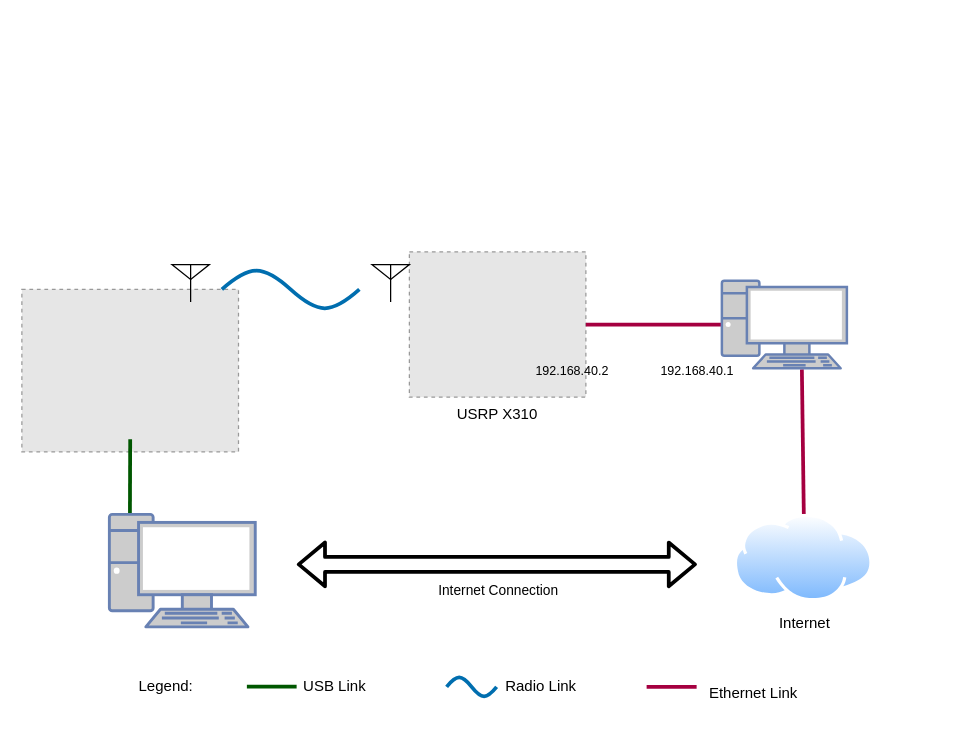
tuannv-github/blog keeps this draw.io diagram as ewm/source/03_com/cellular_network/oai/drawio/topo_physical.drawio. Above is the earlier version. Source tidied: cells renumbered, new cells numbered last; positions are measured from the earlier drawing's top-left corner, leaving out a move shared by most shapes. Both pictures are drawn from the tidied source at 125%, with x=0, y=0 at pixel (21, 251). Pictures stored in the file or linked from it are replaced by grey dashed boxes.
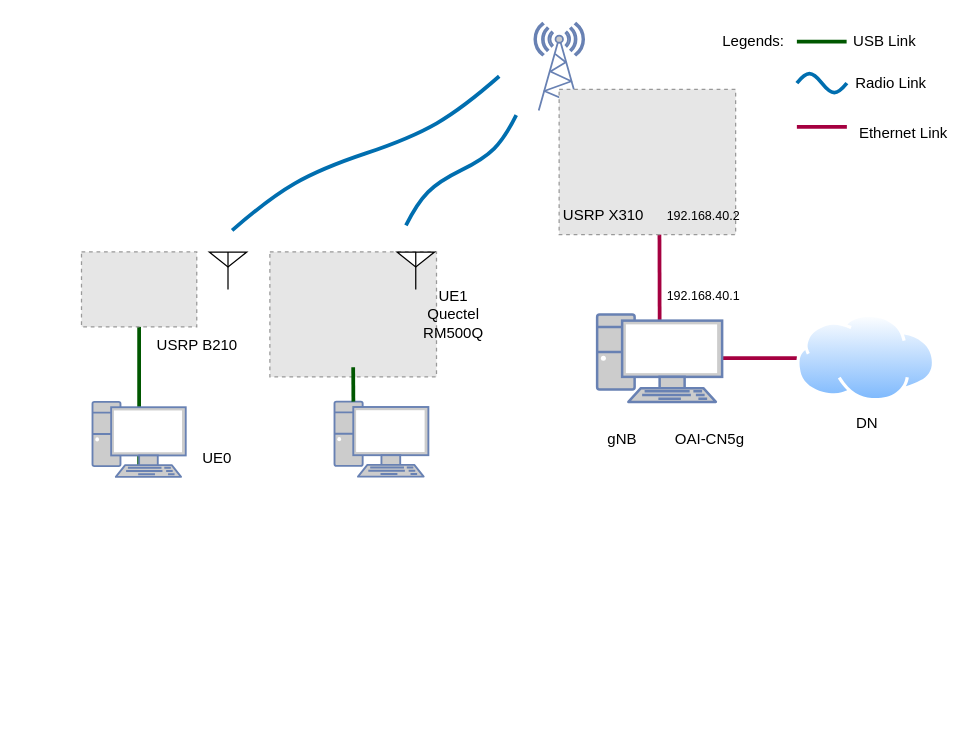
The same page after the edit.

The edit, as a diff of the source:
```diff
@@
-    <mxCell id="2" style="fillColor=#E6E6E6;strokeColor=#999999;dashed=1;verticalLabelPosition=bottom;verticalAlign=top;" parent="1" vertex="1">
-      <mxGeometry y="30" width="173.3" height="130" as="geometry" />
-    </mxCell>
-    <mxCell id="3" value="Legend:" style="text;html=1;align=center;verticalAlign=middle;strokeColor=none;fillColor=none;" parent="1" vertex="1">
-      <mxGeometry x="80" y="333" width="70" height="30" as="geometry" />
+    <mxCell id="3" value="Legends:" style="text;html=1;align=center;verticalAlign=middle;strokeColor=none;fillColor=none;" parent="1" vertex="1">
+      <mxGeometry x="550" y="-183.1" width="70" height="30" as="geometry" />
     </mxCell>
     <mxCell id="4" style="group;" parent="1" vertex="1">
-      <mxGeometry x="339.8" y="333" width="115" height="30" as="geometry" />
+      <mxGeometry x="620" y="-150" width="115" height="30" as="geometry" />
     </mxCell>
@@
     <mxCell id="7" style="group;" parent="1" vertex="1">
-      <mxGeometry x="180" y="333" width="104.8" height="30" as="geometry" />
+      <mxGeometry x="620" y="-183.1" width="104.8" height="30" as="geometry" />
     </mxCell>
@@
     <mxCell id="10" style="group;" parent="1" vertex="1">
-      <mxGeometry x="499.8" y="338" width="130" height="30" as="geometry" />
+      <mxGeometry x="620" y="-110" width="130" height="30" as="geometry" />
     </mxCell>
@@
-    <mxCell id="13" value="USRP X310" style="fillColor=#E6E6E6;strokeColor=#999999;dashed=1;verticalLabelPosition=bottom;verticalAlign=top;" parent="1" vertex="1">
-      <mxGeometry x="310" width="141.2" height="116.2" as="geometry" />
-    </mxCell>
-    <mxCell id="14" style="verticalLabelPosition=bottom;shadow=0;dashed=0;align=center;html=1;verticalAlign=top;shape=mxgraph.electrical.waveforms.sine_wave;strokeWidth=3;fillColor=#1ba1e2;fontColor=#ffffff;strokeColor=#006EAF;" parent="1" vertex="1">
-      <mxGeometry x="160" y="10" width="110" height="40.2" as="geometry" />
+    <mxCell id="14" style="verticalLabelPosition=bottom;shadow=0;dashed=0;align=center;html=1;verticalAlign=top;shape=mxgraph.electrical.waveforms.sine_wave;strokeWidth=3;fillColor=#1ba1e2;fontColor=#ffffff;strokeColor=#006EAF;rotation=-45;" parent="1" vertex="1">
+      <mxGeometry x="289" y="-73.8" width="124.8" height="17.1" as="geometry" />
     </mxCell>
-    <mxCell id="15" style="endArrow=none;html=1;entryX=1;entryY=0.5;entryDx=0;entryDy=0;exitX=0;exitY=0.5;exitDx=0;exitDy=0;exitPerimeter=0;strokeWidth=3;fillColor=#d80073;strokeColor=#A50040;" parent="1" edge="1" source="24" target="13">
+    <mxCell id="15" style="endArrow=none;html=1;exitX=0.5;exitY=0.07;exitDx=0;exitDy=0;exitPerimeter=0;strokeWidth=3;fillColor=#d80073;strokeColor=#A50040;entryX=0.568;entryY=0.688;entryDx=0;entryDy=0;entryPerimeter=0;" parent="1" edge="1" source="24" target="13">
       <mxGeometry relative="1" as="geometry" />
     </mxCell>
+    <mxCell id="23" style="endArrow=none;html=1;entryX=0;entryY=0.5;entryDx=0;entryDy=0;strokeWidth=3;fillColor=#d80073;strokeColor=#A50040;exitX=1;exitY=0.5;exitDx=0;exitDy=0;exitPerimeter=0;" parent="1" edge="1" source="24" target="25">
+      <mxGeometry relative="1" as="geometry" />
+    </mxCell>
+    <mxCell id="25" value="DN" style="perimeter=ellipsePerimeter;html=1;align=center;shadow=0;dashed=0;spacingTop=3;image;image=img/lib/active_directory/internet_cloud.svg;labelBackgroundColor=none;" parent="1" vertex="1">
+      <mxGeometry x="620" y="50" width="111.1" height="70" as="geometry" />
+    </mxCell>
+    <mxCell id="27" style="endArrow=none;html=1;entryX=0.5;entryY=0.187;entryDx=0;entryDy=0;exitX=0.5;exitY=1;exitDx=0;exitDy=0;exitPerimeter=0;strokeWidth=3;fillColor=#008a00;strokeColor=#005700;entryPerimeter=0;" parent="1" edge="1" source="28" target="32">
+      <mxGeometry relative="1" as="geometry" />
+    </mxCell>
+    <mxCell id="28" style="fontColor=#0066CC;verticalAlign=top;verticalLabelPosition=bottom;labelPosition=center;align=center;html=1;outlineConnect=0;fillColor=#CCCCCC;strokeColor=#6881B3;gradientColor=none;gradientDirection=north;strokeWidth=2;shape=mxgraph.networks.pc;" parent="1" vertex="1">
+      <mxGeometry x="56.5" y="120" width="74.6" height="60" as="geometry" />
+    </mxCell>
+    <mxCell id="29" style="verticalLabelPosition=bottom;shadow=0;dashed=0;align=center;html=1;verticalAlign=top;shape=mxgraph.electrical.waveforms.sine_wave;strokeWidth=3;fillColor=#1ba1e2;fontColor=#ffffff;strokeColor=#006EAF;rotation=-30;" parent="1" vertex="1">
+      <mxGeometry x="151.7" y="-88.9" width="246.7" height="20.2" as="geometry" />
+    </mxCell>
+    <mxCell id="30" style="fontColor=#0066CC;verticalAlign=top;verticalLabelPosition=bottom;labelPosition=center;align=center;html=1;fillColor=#CCCCCC;strokeColor=#6881B3;gradientColor=none;gradientDirection=north;strokeWidth=2;shape=mxgraph.networks.radio_tower;" parent="1" vertex="1">
+      <mxGeometry x="410" y="-183.1" width="39.8" height="70" as="geometry" />
+    </mxCell>
+    <mxCell id="31" style="group;" parent="1" vertex="1">
+      <mxGeometry x="40" width="145" height="90" as="geometry" />
+    </mxCell>
+    <mxCell id="32" style="fillColor=#E6E6E6;strokeColor=#999999;dashed=1;verticalLabelPosition=bottom;labelBackgroundColor=default;verticalAlign=top;" parent="31" vertex="1">
+      <mxGeometry x="7.7" width="92.2" height="60" as="geometry" />
+    </mxCell>
+    <mxCell id="33" style="verticalLabelPosition=bottom;shadow=0;dashed=0;align=center;html=1;verticalAlign=top;shape=mxgraph.electrical.radio.aerial_-_antenna_2;" parent="31" vertex="1">
+      <mxGeometry x="109.9" width="30" height="30" as="geometry" />
+    </mxCell>
+    <mxCell id="34" value="USRP B210" style="text;html=1;align=center;verticalAlign=middle;strokeColor=none;fillColor=none;" parent="31" vertex="1">
+      <mxGeometry x="55" y="60" width="90" height="30" as="geometry" />
+    </mxCell>
+    <mxCell id="35" style="group;" parent="1" vertex="1">
+      <mxGeometry x="185.2" width="204.9" height="199.8" as="geometry" />
+    </mxCell>
+    <mxCell id="26" style="fontColor=#0066CC;verticalAlign=top;verticalLabelPosition=bottom;labelPosition=center;align=center;html=1;outlineConnect=0;fillColor=#CCCCCC;strokeColor=#6881B3;gradientColor=none;gradientDirection=north;strokeWidth=2;shape=mxgraph.networks.pc;" parent="35" vertex="1">
+      <mxGeometry x="64.9" y="119.8" width="75.1" height="60" as="geometry" />
+    </mxCell>
+    <mxCell id="36" style="group;" parent="35" vertex="1">
+      <mxGeometry width="204.9" height="119.8" as="geometry" />
+    </mxCell>
+    <mxCell id="2" style="fillColor=#E6E6E6;strokeColor=#999999;dashed=1;verticalLabelPosition=bottom;verticalAlign=top;" parent="36" vertex="1">
+      <mxGeometry x="13.2" width="133.3" height="100" as="geometry" />
+    </mxCell>
-    <mxCell id="16" style="verticalLabelPosition=bottom;shadow=0;dashed=0;align=center;html=1;verticalAlign=top;shape=mxgraph.electrical.radio.aerial_-_antenna_2;" parent="1" vertex="1">
-      <mxGeometry x="120" y="10" width="30" height="30" as="geometry" />
+    <mxCell id="16" style="verticalLabelPosition=bottom;shadow=0;dashed=0;align=center;html=1;verticalAlign=top;shape=mxgraph.electrical.radio.aerial_-_antenna_2;" parent="36" vertex="1">
+      <mxGeometry x="114.9" width="30" height="30" as="geometry" />
     </mxCell>
-    <mxCell id="17" style="verticalLabelPosition=bottom;shadow=0;dashed=0;align=center;html=1;verticalAlign=top;shape=mxgraph.electrical.radio.aerial_-_antenna_2;" parent="1" vertex="1">
-      <mxGeometry x="280" y="10" width="30" height="30" as="geometry" />
-    </mxCell>
+    <mxCell id="37" value="UE1&lt;br&gt;Quectel&lt;br&gt;RM500Q" style="text;html=1;align=center;verticalAlign=middle;strokeColor=none;fillColor=none;" parent="36" vertex="1">
+      <mxGeometry x="124.9" y="20" width="70" height="60" as="geometry" />
+    </mxCell>
+    <mxCell id="20" style="endArrow=none;html=1;entryX=0.5;entryY=0.923;entryDx=0;entryDy=0;strokeWidth=3;fillColor=#008a00;strokeColor=#005700;entryPerimeter=0;exitX=0.201;exitY=0;exitDx=0;exitDy=0;exitPerimeter=0;" parent="35" edge="1" source="26" target="2">
+      <mxGeometry relative="1" as="geometry" />
+    </mxCell>
+    <mxCell id="38" style="group;" parent="1" vertex="1">
+      <mxGeometry x="400" y="20" width="185.2" height="110" as="geometry" />
+    </mxCell>
+    <mxCell id="39" style="group;" parent="38" vertex="1">
+      <mxGeometry y="30" width="160.2" height="80" as="geometry" />
+    </mxCell>
+    <mxCell id="24" style="fontColor=#0066CC;verticalAlign=top;verticalLabelPosition=bottom;labelPosition=center;align=center;html=1;outlineConnect=0;fillColor=#CCCCCC;strokeColor=#6881B3;gradientColor=none;gradientDirection=north;strokeWidth=2;shape=mxgraph.networks.pc;" parent="39" vertex="1">
+      <mxGeometry x="60.2" width="100" height="70" as="geometry" />
+    </mxCell>
-    <mxCell id="18" value="&lt;font style=&quot;font-size: 10px;&quot;&gt;192.168.40.1&lt;/font&gt;" style="text;html=1;align=center;verticalAlign=middle;strokeColor=none;fillColor=none;" parent="1" vertex="1">
-      <mxGeometry x="499.8" y="80" width="80" height="30" as="geometry" />
+    <mxCell id="18" value="&lt;font style=&quot;font-size: 10px;&quot;&gt;192.168.40.1&lt;/font&gt;" style="text;html=1;align=center;verticalAlign=middle;strokeColor=none;fillColor=none;" parent="38" vertex="1">
+      <mxGeometry x="105.2" width="80" height="30" as="geometry" />
     </mxCell>
+    <mxCell id="13" style="fillColor=#E6E6E6;strokeColor=#999999;dashed=1;verticalLabelPosition=bottom;verticalAlign=top;" parent="1" vertex="1">
+      <mxGeometry x="429.8" y="-130" width="141.2" height="116.2" as="geometry" />
+    </mxCell>
     <mxCell id="19" value="&lt;font style=&quot;font-size: 10px;&quot;&gt;192.168.40.2&lt;/font&gt;" style="text;html=1;align=center;verticalAlign=middle;strokeColor=none;fillColor=none;" parent="1" vertex="1">
-      <mxGeometry x="400" y="80" width="80" height="30" as="geometry" />
+      <mxGeometry x="505" y="-43.8" width="80" height="30" as="geometry" />
     </mxCell>
-    <mxCell id="20" style="endArrow=none;html=1;entryX=0.5;entryY=0.923;entryDx=0;entryDy=0;exitX=0.141;exitY=-0.005;exitDx=0;exitDy=0;exitPerimeter=0;strokeWidth=3;fillColor=#008a00;strokeColor=#005700;entryPerimeter=0;" parent="1" edge="1" source="26" target="2">
-      <mxGeometry relative="1" as="geometry" />
-    </mxCell>
-    <mxCell id="21" style="shape=flexArrow;endArrow=classic;startArrow=classic;html=1;strokeWidth=3;" parent="1" edge="1">
-      <mxGeometry relative="1" as="geometry">
-        <mxPoint x="220" y="250" as="sourcePoint" />
-        <mxPoint x="540" y="250" as="targetPoint" />
-      </mxGeometry>
-    </mxCell>
-    <mxCell id="22" value="Internet Connection" style="edgeLabel;html=1;align=center;verticalAlign=middle;labelBackgroundColor=none;" parent="21" vertex="1">
-      <mxGeometry x="-0.17" y="4" relative="1" as="geometry">
-        <mxPoint x="27" y="24" as="offset" />
-      </mxGeometry>
-    </mxCell>
-    <mxCell id="23" style="endArrow=none;html=1;entryX=0.5;entryY=0;entryDx=0;entryDy=0;strokeWidth=3;fillColor=#d80073;strokeColor=#A50040;exitX=0.64;exitY=1.013;exitDx=0;exitDy=0;exitPerimeter=0;" parent="1" edge="1" source="24" target="25">
-      <mxGeometry relative="1" as="geometry" />
-    </mxCell>
-    <mxCell id="24" style="fontColor=#0066CC;verticalAlign=top;verticalLabelPosition=bottom;labelPosition=center;align=center;html=1;outlineConnect=0;fillColor=#CCCCCC;strokeColor=#6881B3;gradientColor=none;gradientDirection=north;strokeWidth=2;shape=mxgraph.networks.pc;" parent="1" vertex="1">
-      <mxGeometry x="560" y="23.1" width="100" height="70" as="geometry" />
-    </mxCell>
-    <mxCell id="25" value="Internet" style="perimeter=ellipsePerimeter;html=1;align=center;shadow=0;dashed=0;spacingTop=3;image;image=img/lib/active_directory/internet_cloud.svg;labelBackgroundColor=none;" parent="1" vertex="1">
-      <mxGeometry x="570" y="210" width="111.1" height="70" as="geometry" />
-    </mxCell>
-    <mxCell id="26" style="fontColor=#0066CC;verticalAlign=top;verticalLabelPosition=bottom;labelPosition=center;align=center;html=1;outlineConnect=0;fillColor=#CCCCCC;strokeColor=#6881B3;gradientColor=none;gradientDirection=north;strokeWidth=2;shape=mxgraph.networks.pc;" parent="1" vertex="1">
-      <mxGeometry x="70" y="210" width="116.7" height="90" as="geometry" />
-    </mxCell>
+    <mxCell id="40" value="USRP X310" style="text;html=1;align=center;verticalAlign=middle;strokeColor=none;fillColor=none;" parent="1" vertex="1">
+      <mxGeometry x="419.8" y="-43.8" width="90" height="30" as="geometry" />
+    </mxCell>
+    <mxCell id="41" value="UE0" style="text;html=1;align=center;verticalAlign=middle;strokeColor=none;fillColor=none;" parent="1" vertex="1">
+      <mxGeometry x="131.1" y="150" width="50" height="30" as="geometry" />
+    </mxCell>
+    <mxCell id="42" value="gNB" style="text;html=1;align=center;verticalAlign=middle;strokeColor=none;fillColor=none;" parent="1" vertex="1">
+      <mxGeometry x="455" y="135" width="50" height="30" as="geometry" />
+    </mxCell>
+    <mxCell id="43" value="OAI-CN5g" style="text;html=1;align=center;verticalAlign=middle;strokeColor=none;fillColor=none;" parent="1" vertex="1">
+      <mxGeometry x="510" y="135" width="80" height="30" as="geometry" />
+    </mxCell>
```
